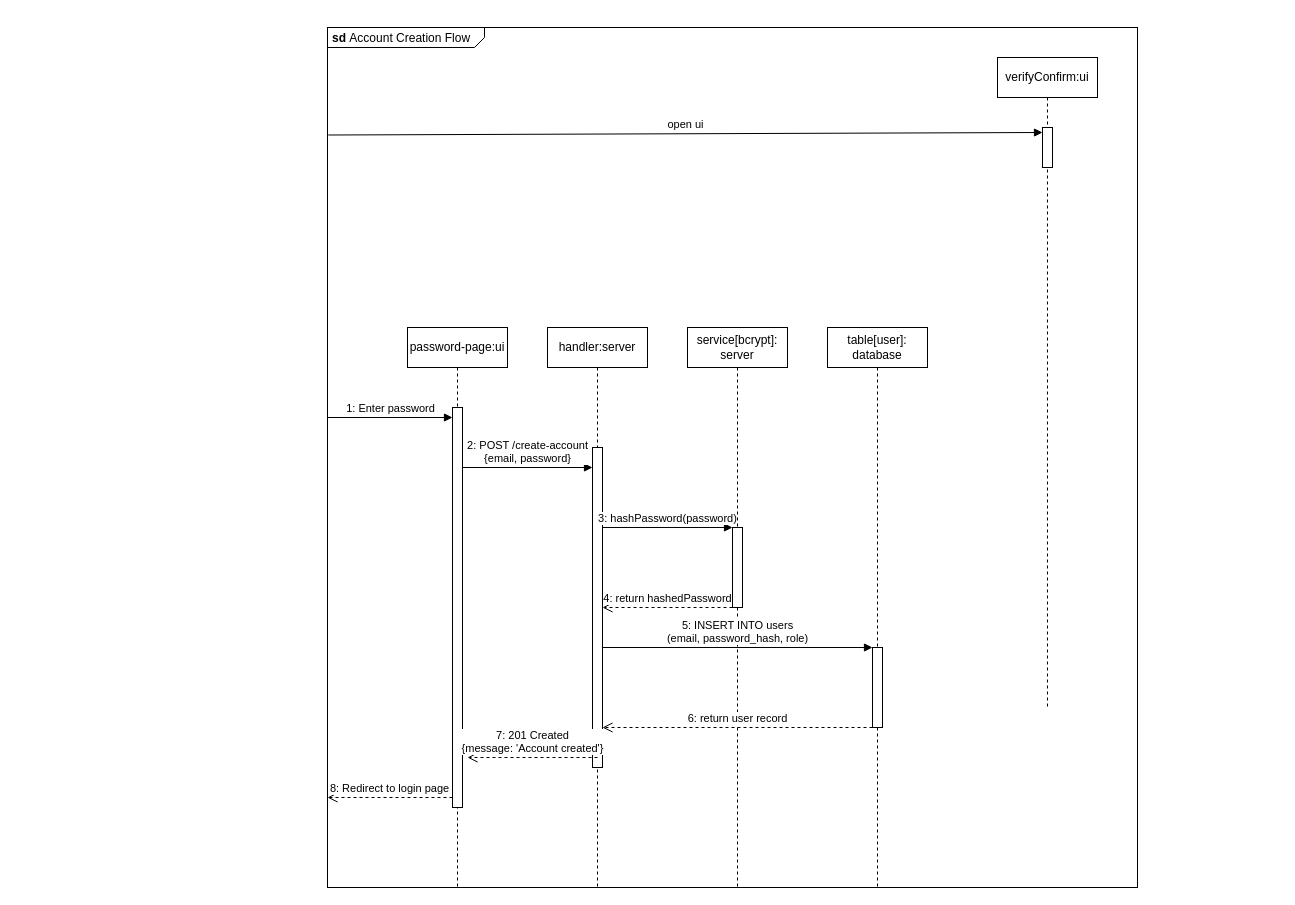
Before: sd/server/auth/behavioral/account-creation/account-creation-sequence.drawio in hdthinh1012/note-taking-web-app, a draw.io diagram. Source tidied: cells renumbered, new cells numbered last; positions are measured from the earlier drawing's top-left corner, leaving out a move shared by most shapes. Both pictures are drawn from the tidied source at 100%, with x=0, y=0 at pixel (327, 27).
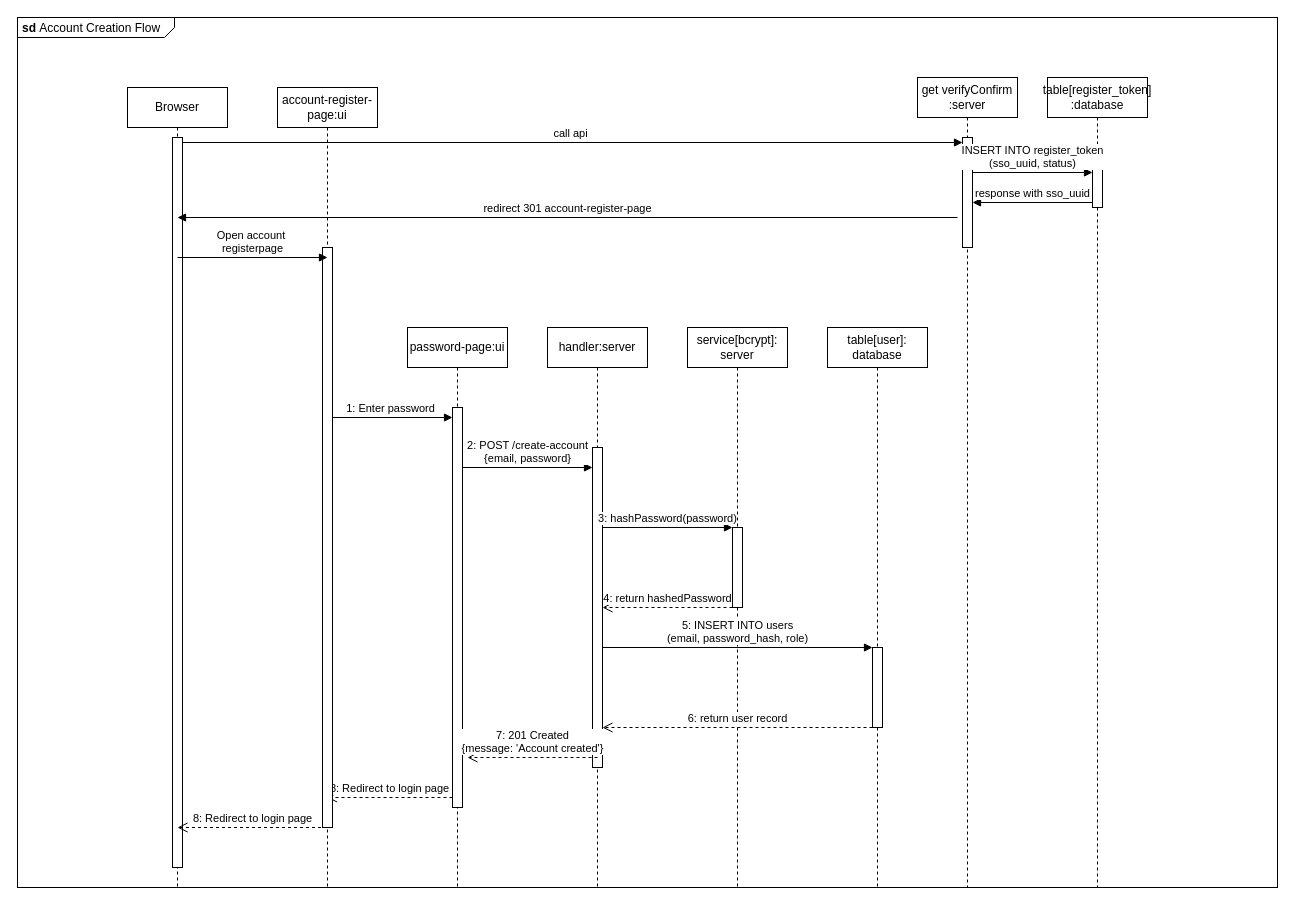
The same page after the edit.

Commit message (it also covers changes not shown here):
chore: update account register sd

Diff of the diagram source:
```diff
@@
     <mxCell id="2" value="&lt;p style=&quot;margin:0px;margin-top:4px;margin-left:5px;text-align:left;&quot;&gt;&lt;b&gt;sd&lt;/b&gt;&amp;nbsp;Account Creation Flow&lt;/p&gt;" style="html=1;shape=mxgraph.sysml.package;overflow=fill;labelX=157;align=left;spacingLeft=5;verticalAlign=top;spacingTop=-3;" parent="1" vertex="1">
-      <mxGeometry width="810" height="860" as="geometry" />
+      <mxGeometry x="-310" y="-10" width="1260" height="870" as="geometry" />
     </mxCell>
@@
-    <mxCell id="18" value="8: Redirect to login page" style="html=1;verticalAlign=bottom;endArrow=open;dashed=1;endSize=8;curved=0;rounded=0;" parent="1" edge="1">
+    <mxCell id="18" value="8: Redirect to login page" style="html=1;verticalAlign=bottom;endArrow=open;dashed=1;endSize=8;curved=0;rounded=0;" parent="1" edge="1" target="29">
       <mxGeometry relative="1" as="geometry">
         <mxPoint x="125" y="770" as="sourcePoint" />
-        <mxPoint y="770" as="targetPoint" />
       </mxGeometry>
     </mxCell>
-    <mxCell id="19" value="verifyConfirm:ui" style="shape=umlLifeline;perimeter=lifelinePerimeter;whiteSpace=wrap;html=1;newEdgeStyle={&quot;curved&quot;:0,&quot;rounded&quot;:0};" parent="1" vertex="1">
-      <mxGeometry x="670" y="30" width="100" height="650" as="geometry" />
+    <mxCell id="19" value="get verifyConfirm&lt;div&gt;:server&lt;/div&gt;" style="shape=umlLifeline;perimeter=lifelinePerimeter;whiteSpace=wrap;html=1;newEdgeStyle={&quot;curved&quot;:0,&quot;rounded&quot;:0};" parent="1" vertex="1">
+      <mxGeometry x="590" y="50" width="100" height="810" as="geometry" />
     </mxCell>
     <mxCell id="20" style="html=1;points=[[0,0,0,0,5],[0,1,0,0,-5],[1,0,0,0,5],[1,1,0,0,-5]];perimeter=orthogonalPerimeter;outlineConnect=0;targetShapes=umlLifeline;portConstraint=eastwest;newEdgeStyle={&quot;curved&quot;:0,&quot;rounded&quot;:0};" parent="19" vertex="1">
-      <mxGeometry x="45" y="70" width="10" height="40" as="geometry" />
+      <mxGeometry x="45" y="60" width="10" height="110" as="geometry" />
     </mxCell>
-    <mxCell id="21" value="open ui" style="html=1;verticalAlign=bottom;endArrow=block;curved=0;rounded=0;exitX=0.001;exitY=0.125;exitDx=0;exitDy=0;exitPerimeter=0;entryX=0;entryY=0;entryDx=0;entryDy=5;entryPerimeter=0;" parent="1" edge="1" source="2" target="20">
+    <mxCell id="21" value="call api" style="html=1;verticalAlign=bottom;endArrow=block;curved=0;rounded=0;entryX=0;entryY=0;entryDx=0;entryDy=5;entryPerimeter=0;" parent="1" edge="1" source="26" target="20">
       <mxGeometry relative="1" as="geometry" />
     </mxCell>
+    <mxCell id="22" value="table[register_token]&lt;div&gt;:database&lt;/div&gt;" style="shape=umlLifeline;perimeter=lifelinePerimeter;whiteSpace=wrap;html=1;newEdgeStyle={&quot;curved&quot;:0,&quot;rounded&quot;:0};" parent="1" vertex="1">
+      <mxGeometry x="720" y="50" width="100" height="810" as="geometry" />
+    </mxCell>
+    <mxCell id="23" style="html=1;points=[[0,0,0,0,5],[0,1,0,0,-5],[1,0,0,0,5],[1,1,0,0,-5]];perimeter=orthogonalPerimeter;outlineConnect=0;targetShapes=umlLifeline;portConstraint=eastwest;newEdgeStyle={&quot;curved&quot;:0,&quot;rounded&quot;:0};" parent="22" vertex="1">
+      <mxGeometry x="45" y="90" width="10" height="40" as="geometry" />
+    </mxCell>
+    <mxCell id="24" value="INSERT INTO register_token&lt;div&gt;(sso_uuid, status)&lt;/div&gt;" style="html=1;verticalAlign=bottom;endArrow=block;curved=0;rounded=0;entryX=0;entryY=0;entryDx=0;entryDy=5;entryPerimeter=0;" parent="1" edge="1" source="20" target="23">
+      <mxGeometry relative="1" as="geometry" />
+    </mxCell>
+    <mxCell id="25" value="response with sso_uuid" style="html=1;verticalAlign=bottom;endArrow=block;curved=0;rounded=0;exitX=0;exitY=1;exitDx=0;exitDy=-5;exitPerimeter=0;" parent="1" edge="1" source="23" target="20">
+      <mxGeometry relative="1" as="geometry" />
+    </mxCell>
+    <mxCell id="26" value="Browser" style="shape=umlLifeline;perimeter=lifelinePerimeter;whiteSpace=wrap;html=1;outlineConnect=0;portConstraint=eastwest;newEdgeStyle={&quot;curved&quot;:0,&quot;rounded&quot;:0};" parent="1" vertex="1">
+      <mxGeometry x="-200" y="60" width="100" height="800" as="geometry" />
+    </mxCell>
+    <mxCell id="27" style="html=1;perimeter=orthogonalPerimeter;targetShapes=umlLifeline;newEdgeStyle={&quot;curved&quot;:0,&quot;rounded&quot;:0};" parent="26" vertex="1">
+      <mxGeometry x="45" y="50" width="10" height="730" as="geometry" />
+    </mxCell>
+    <mxCell id="28" value="redirect 301 account-register-page" style="html=1;verticalAlign=bottom;endArrow=block;curved=0;rounded=0;" parent="1" edge="1">
+      <mxGeometry relative="1" as="geometry">
+        <mxPoint x="630" y="190" as="sourcePoint" />
+        <mxPoint x="-150" y="190" as="targetPoint" />
+      </mxGeometry>
+    </mxCell>
+    <mxCell id="29" value="&lt;div&gt;account-register-page:ui&lt;/div&gt;" style="shape=umlLifeline;perimeter=lifelinePerimeter;whiteSpace=wrap;html=1;outlineConnect=0;portConstraint=eastwest;newEdgeStyle={&quot;curved&quot;:0,&quot;rounded&quot;:0};" parent="1" vertex="1">
+      <mxGeometry x="-50" y="60" width="100" height="800" as="geometry" />
+    </mxCell>
+    <mxCell id="30" style="html=1;perimeter=orthogonalPerimeter;targetShapes=umlLifeline;newEdgeStyle={&quot;curved&quot;:0,&quot;rounded&quot;:0};" parent="29" vertex="1">
+      <mxGeometry x="45" y="160" width="10" height="580" as="geometry" />
+    </mxCell>
+    <mxCell id="31" value="Open account&amp;nbsp;&lt;div&gt;registerpage&lt;/div&gt;" style="html=1;verticalAlign=bottom;endArrow=block;curved=0;rounded=0;" parent="1" edge="1">
+      <mxGeometry relative="1" as="geometry">
+        <mxPoint x="-150" y="230" as="sourcePoint" />
+        <mxPoint y="230" as="targetPoint" />
+      </mxGeometry>
+    </mxCell>
+    <mxCell id="32" value="8: Redirect to login page" style="html=1;verticalAlign=bottom;endArrow=open;dashed=1;endSize=8;curved=0;rounded=0;" parent="1" edge="1" source="29">
+      <mxGeometry relative="1" as="geometry">
+        <mxPoint x="-150" y="800" as="targetPoint" />
+      </mxGeometry>
+    </mxCell>
```
